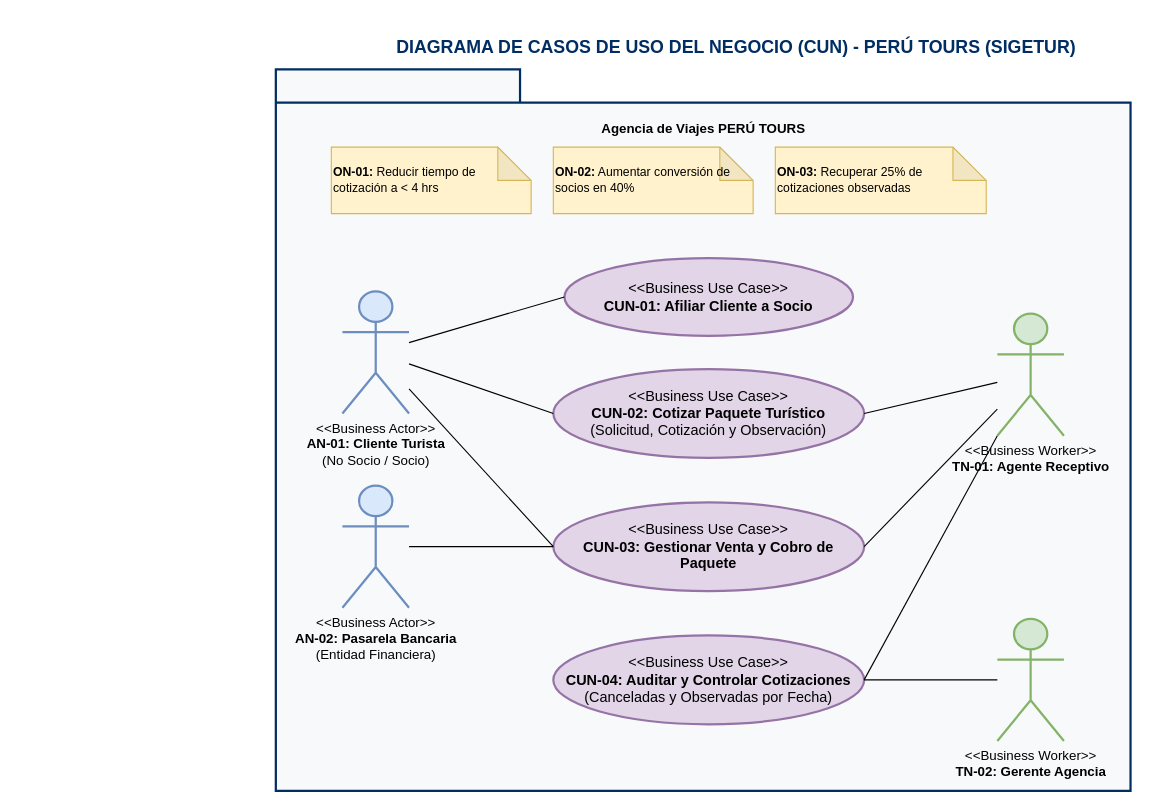
The draw.io diagram page "1. Casos de Uso del Negocio (CUN)" (1 of 2) of diagramas/modelo_negocio.drawio in Marco-H-B/PC1-SIGETUR, before the edit. Source tidied: cells renumbered, new cells numbered last; positions are measured from the earlier drawing's top-left corner, leaving out a move shared by most shapes. Both pictures are drawn from the tidied source at 111%, with x=0, y=0 at pixel (275, 24).
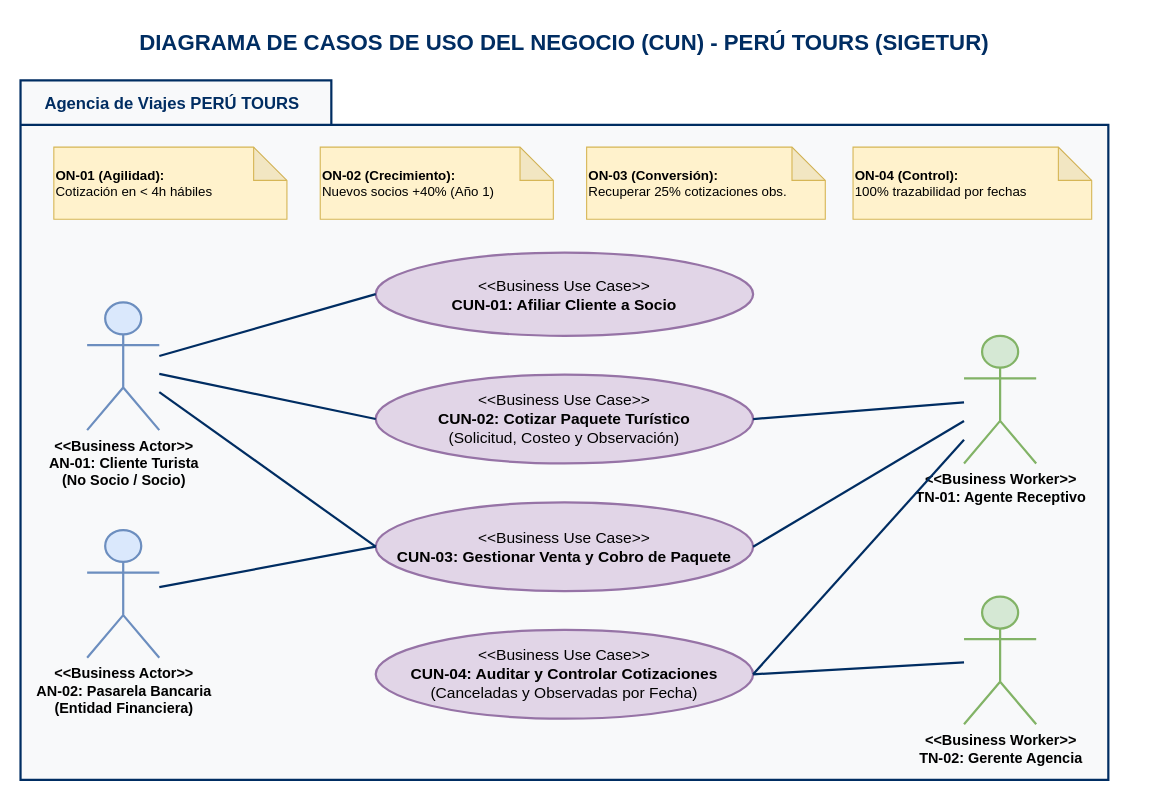
The same page after the edit.

Commit message (it also covers changes not shown here):
FEAT(diagramas): actualizar modelo de negocio en Draw.io con mejoras en CUN y actividades

The edit, as a diff of the source:
```diff
@@
-    <mxCell id="2" value="&lt;b&gt;DIAGRAMA DE CASOS DE USO DEL NEGOCIO (CUN) - PERÚ TOURS (SIGETUR)&lt;/b&gt;" style="text;html=1;strokeColor=none;fillColor=none;align=center;verticalAlign=middle;whiteSpace=wrap;rounded=0;fontSize=16;fontColor=#002D62;" parent="1" vertex="1">
-      <mxGeometry x="90" width="650" height="40" as="geometry" />
+    <mxCell id="2" value="DIAGRAMA DE CASOS DE USO DEL NEGOCIO (CUN) - PERÚ TOURS (SIGETUR)" style="text;html=1;strokeColor=none;fillColor=none;align=center;verticalAlign=middle;whiteSpace=wrap;rounded=0;fontSize=20;fontColor=#002D62;fontStyle=1;" parent="1" vertex="1">
+      <mxGeometry x="-165" y="-5" width="850" height="40" as="geometry" />
     </mxCell>
-    <mxCell id="3" value="Agencia de Viajes PERÚ TOURS" style="shape=folder;fontStyle=1;tabWidth=220;tabHeight=30;tabPosition=left;html=1;boundedLbl=1;fillColor=#f8f9fa;strokeColor=#002D62;strokeWidth=2;align=center;verticalAlign=top;spacingTop=10;" parent="1" vertex="1">
-      <mxGeometry y="40" width="770" height="650" as="geometry" />
+    <mxCell id="3" style="shape=folder;tabWidth=280;tabHeight=40;tabPosition=left;html=1;boundedLbl=1;fillColor=#f8f9fa;strokeColor=#002D62;strokeWidth=2;" parent="1" vertex="1">
+      <mxGeometry x="-230" y="50" width="980" height="630" as="geometry" />
     </mxCell>
+    <mxCell id="23" value="Agencia de Viajes PERÚ TOURS" style="text;html=1;strokeColor=none;fillColor=none;align=left;verticalAlign=middle;fontSize=15;fontStyle=1;fontColor=#002D62;spacingLeft=15;" parent="1" vertex="1">
+      <mxGeometry x="-225" y="52" width="270" height="35" as="geometry" />
+    </mxCell>
-    <mxCell id="4" value="&lt;b&gt;ON-01:&lt;/b&gt; Reducir tiempo de cotización a &amp;lt; 4 hrs" style="shape=note;whiteSpace=wrap;html=1;backgroundOutline=1;darkOpacity=0.05;fillColor=#fff2cc;strokeColor=#d6b656;fontSize=11;align=left;" parent="1" vertex="1">
-      <mxGeometry x="50" y="110" width="180" height="60" as="geometry" />
+    <mxCell id="4" value="&lt;b&gt;ON-01 (Agilidad):&lt;/b&gt;&lt;br&gt;Cotización en &amp;lt; 4h hábiles" style="shape=note;whiteSpace=wrap;html=1;backgroundOutline=1;darkOpacity=0.05;fillColor=#fff2cc;strokeColor=#d6b656;fontSize=12;align=left;" parent="1" vertex="1">
+      <mxGeometry x="-200" y="110" width="210" height="65" as="geometry" />
     </mxCell>
-    <mxCell id="5" value="&lt;b&gt;ON-02:&lt;/b&gt; Aumentar conversión de socios en 40%" style="shape=note;whiteSpace=wrap;html=1;backgroundOutline=1;darkOpacity=0.05;fillColor=#fff2cc;strokeColor=#d6b656;fontSize=11;align=left;" parent="1" vertex="1">
-      <mxGeometry x="250" y="110" width="180" height="60" as="geometry" />
+    <mxCell id="5" value="&lt;b&gt;ON-02 (Crecimiento):&lt;/b&gt;&lt;br&gt;Nuevos socios +40% (Año 1)" style="shape=note;whiteSpace=wrap;html=1;backgroundOutline=1;darkOpacity=0.05;fillColor=#fff2cc;strokeColor=#d6b656;fontSize=12;align=left;" parent="1" vertex="1">
+      <mxGeometry x="40" y="110" width="210" height="65" as="geometry" />
     </mxCell>
-    <mxCell id="6" value="&lt;b&gt;ON-03:&lt;/b&gt; Recuperar 25% de cotizaciones observadas" style="shape=note;whiteSpace=wrap;html=1;backgroundOutline=1;darkOpacity=0.05;fillColor=#fff2cc;strokeColor=#d6b656;fontSize=11;align=left;" parent="1" vertex="1">
-      <mxGeometry x="450" y="110" width="190" height="60" as="geometry" />
+    <mxCell id="6" value="&lt;b&gt;ON-03 (Conversión):&lt;/b&gt;&lt;br&gt;Recuperar 25% cotizaciones obs." style="shape=note;whiteSpace=wrap;html=1;backgroundOutline=1;darkOpacity=0.05;fillColor=#fff2cc;strokeColor=#d6b656;fontSize=12;align=left;" parent="1" vertex="1">
+      <mxGeometry x="280" y="110" width="215" height="65" as="geometry" />
     </mxCell>
+    <mxCell id="24" value="&lt;b&gt;ON-04 (Control):&lt;/b&gt;&lt;br&gt;100% trazabilidad por fechas" style="shape=note;whiteSpace=wrap;html=1;backgroundOutline=1;darkOpacity=0.05;fillColor=#fff2cc;strokeColor=#d6b656;fontSize=12;align=left;" parent="1" vertex="1">
+      <mxGeometry x="520" y="110" width="215" height="65" as="geometry" />
+    </mxCell>
-    <mxCell id="7" value="&amp;lt;&amp;lt;Business Actor&amp;gt;&amp;gt;&lt;br&gt;&lt;b&gt;AN-01: Cliente Turista&lt;/b&gt;&lt;br&gt;(No Socio / Socio)" style="shape=umlActor;verticalLabelPosition=bottom;verticalAlign=top;html=1;outlineConnect=0;fillColor=#dae8fc;strokeColor=#6c8ebf;strokeWidth=2;" parent="1" vertex="1">
-      <mxGeometry x="60" y="240" width="60" height="110" as="geometry" />
+    <mxCell id="7" value="&amp;lt;&amp;lt;Business Actor&amp;gt;&amp;gt;&lt;br&gt;&lt;b&gt;AN-01: Cliente Turista&lt;/b&gt;&lt;br&gt;(No Socio / Socio)" style="shape=umlActor;verticalLabelPosition=bottom;verticalAlign=top;html=1;outlineConnect=0;fillColor=#dae8fc;strokeColor=#6c8ebf;strokeWidth=2;fontSize=13;fontStyle=1;" parent="1" vertex="1">
+      <mxGeometry x="-170" y="250" width="65" height="115" as="geometry" />
     </mxCell>
-    <mxCell id="8" value="&amp;lt;&amp;lt;Business Actor&amp;gt;&amp;gt;&lt;br&gt;&lt;b&gt;AN-02: Pasarela Bancaria&lt;/b&gt;&lt;br&gt;(Entidad Financiera)" style="shape=umlActor;verticalLabelPosition=bottom;verticalAlign=top;html=1;outlineConnect=0;fillColor=#dae8fc;strokeColor=#6c8ebf;strokeWidth=2;" parent="1" vertex="1">
-      <mxGeometry x="60" y="415" width="60" height="110" as="geometry" />
+    <mxCell id="8" value="&amp;lt;&amp;lt;Business Actor&amp;gt;&amp;gt;&lt;br&gt;&lt;b&gt;AN-02: Pasarela Bancaria&lt;/b&gt;&lt;br&gt;(Entidad Financiera)" style="shape=umlActor;verticalLabelPosition=bottom;verticalAlign=top;html=1;outlineConnect=0;fillColor=#dae8fc;strokeColor=#6c8ebf;strokeWidth=2;fontSize=13;fontStyle=1;" parent="1" vertex="1">
+      <mxGeometry x="-170" y="455" width="65" height="115" as="geometry" />
     </mxCell>
-    <mxCell id="9" value="&amp;lt;&amp;lt;Business Worker&amp;gt;&amp;gt;&lt;br&gt;&lt;b&gt;TN-01: Agente Receptivo&lt;/b&gt;" style="shape=umlActor;verticalLabelPosition=bottom;verticalAlign=top;html=1;outlineConnect=0;fillColor=#d5e8d4;strokeColor=#82b366;strokeWidth=2;" parent="1" vertex="1">
-      <mxGeometry x="650" y="260" width="60" height="110" as="geometry" />
-    </mxCell>
-    <mxCell id="10" value="&amp;lt;&amp;lt;Business Worker&amp;gt;&amp;gt;&lt;br&gt;&lt;b&gt;TN-02: Gerente Agencia&lt;/b&gt;" style="shape=umlActor;verticalLabelPosition=bottom;verticalAlign=top;html=1;outlineConnect=0;fillColor=#d5e8d4;strokeColor=#82b366;strokeWidth=2;" parent="1" vertex="1">
-      <mxGeometry x="650" y="535" width="60" height="110" as="geometry" />
-    </mxCell>
-    <mxCell id="11" value="&amp;lt;&amp;lt;Business Use Case&amp;gt;&amp;gt;&lt;br&gt;&lt;b&gt;CUN-01: Afiliar Cliente a Socio&lt;/b&gt;" style="ellipse;whiteSpace=wrap;html=1;fillColor=#e1d5e7;strokeColor=#9673a6;strokeWidth=2;fontStyle=0;fontSize=13;" parent="1" vertex="1">
-      <mxGeometry x="260" y="210" width="260" height="70" as="geometry" />
+    <mxCell id="11" value="&amp;lt;&amp;lt;Business Use Case&amp;gt;&amp;gt;&lt;br&gt;&lt;b&gt;CUN-01: Afiliar Cliente a Socio&lt;/b&gt;" style="ellipse;whiteSpace=wrap;html=1;fillColor=#e1d5e7;strokeColor=#9673a6;strokeWidth=2;fontStyle=0;fontSize=14;" parent="1" vertex="1">
+      <mxGeometry x="90" y="205" width="340" height="75" as="geometry" />
     </mxCell>
-    <mxCell id="12" value="&amp;lt;&amp;lt;Business Use Case&amp;gt;&amp;gt;&lt;br&gt;&lt;b&gt;CUN-02: Cotizar Paquete Turístico&lt;/b&gt;&lt;br&gt;(Solicitud, Cotización y Observación)" style="ellipse;whiteSpace=wrap;html=1;fillColor=#e1d5e7;strokeColor=#9673a6;strokeWidth=2;fontStyle=0;fontSize=13;" parent="1" vertex="1">
-      <mxGeometry x="250" y="310" width="280" height="80" as="geometry" />
+    <mxCell id="12" value="&amp;lt;&amp;lt;Business Use Case&amp;gt;&amp;gt;&lt;br&gt;&lt;b&gt;CUN-02: Cotizar Paquete Turístico&lt;/b&gt;&lt;br&gt;(Solicitud, Costeo y Observación)" style="ellipse;whiteSpace=wrap;html=1;fillColor=#e1d5e7;strokeColor=#9673a6;strokeWidth=2;fontStyle=0;fontSize=14;" parent="1" vertex="1">
+      <mxGeometry x="90" y="315" width="340" height="80" as="geometry" />
     </mxCell>
-    <mxCell id="13" value="&amp;lt;&amp;lt;Business Use Case&amp;gt;&amp;gt;&lt;br&gt;&lt;b&gt;CUN-03: Gestionar Venta y Cobro de Paquete&lt;/b&gt;" style="ellipse;whiteSpace=wrap;html=1;fillColor=#e1d5e7;strokeColor=#9673a6;strokeWidth=2;fontStyle=0;fontSize=13;" parent="1" vertex="1">
-      <mxGeometry x="250" y="430" width="280" height="80" as="geometry" />
+    <mxCell id="13" value="&amp;lt;&amp;lt;Business Use Case&amp;gt;&amp;gt;&lt;br&gt;&lt;b&gt;CUN-03: Gestionar Venta y Cobro de Paquete&lt;/b&gt;" style="ellipse;whiteSpace=wrap;html=1;fillColor=#e1d5e7;strokeColor=#9673a6;strokeWidth=2;fontStyle=0;fontSize=14;" parent="1" vertex="1">
+      <mxGeometry x="90" y="430" width="340" height="80" as="geometry" />
     </mxCell>
-    <mxCell id="14" value="&amp;lt;&amp;lt;Business Use Case&amp;gt;&amp;gt;&lt;br&gt;&lt;b&gt;CUN-04: Auditar y Controlar Cotizaciones&lt;/b&gt;&lt;br&gt;(Canceladas y Observadas por Fecha)" style="ellipse;whiteSpace=wrap;html=1;fillColor=#e1d5e7;strokeColor=#9673a6;strokeWidth=2;fontStyle=0;fontSize=13;" parent="1" vertex="1">
-      <mxGeometry x="250" y="550" width="280" height="80" as="geometry" />
+    <mxCell id="14" value="&amp;lt;&amp;lt;Business Use Case&amp;gt;&amp;gt;&lt;br&gt;&lt;b&gt;CUN-04: Auditar y Controlar Cotizaciones&lt;/b&gt;&lt;br&gt;(Canceladas y Observadas por Fecha)" style="ellipse;whiteSpace=wrap;html=1;fillColor=#e1d5e7;strokeColor=#9673a6;strokeWidth=2;fontStyle=0;fontSize=14;" parent="1" vertex="1">
+      <mxGeometry x="90" y="545" width="340" height="80" as="geometry" />
     </mxCell>
+    <mxCell id="9" value="&amp;lt;&amp;lt;Business Worker&amp;gt;&amp;gt;&lt;br&gt;&lt;b&gt;TN-01: Agente Receptivo&lt;/b&gt;" style="shape=umlActor;verticalLabelPosition=bottom;verticalAlign=top;html=1;outlineConnect=0;fillColor=#d5e8d4;strokeColor=#82b366;strokeWidth=2;fontSize=13;fontStyle=1;" parent="1" vertex="1">
+      <mxGeometry x="620" y="280" width="65" height="115" as="geometry" />
+    </mxCell>
+    <mxCell id="10" value="&amp;lt;&amp;lt;Business Worker&amp;gt;&amp;gt;&lt;br&gt;&lt;b&gt;TN-02: Gerente Agencia&lt;/b&gt;" style="shape=umlActor;verticalLabelPosition=bottom;verticalAlign=top;html=1;outlineConnect=0;fillColor=#d5e8d4;strokeColor=#82b366;strokeWidth=2;fontSize=13;fontStyle=1;" parent="1" vertex="1">
+      <mxGeometry x="620" y="515" width="65" height="115" as="geometry" />
+    </mxCell>
-    <mxCell id="15" style="endArrow=none;html=1;entryX=0;entryY=0.5;entryDx=0;entryDy=0;" parent="1" edge="1" source="7" target="11">
+    <mxCell id="15" style="endArrow=none;html=1;entryX=0;entryY=0.5;entryDx=0;entryDy=0;strokeWidth=2;strokeColor=#002D62;" parent="1" edge="1" source="7" target="11">
       <mxGeometry relative="1" as="geometry" />
     </mxCell>
-    <mxCell id="16" style="endArrow=none;html=1;entryX=0;entryY=0.5;entryDx=0;entryDy=0;" parent="1" edge="1" source="7" target="12">
+    <mxCell id="16" style="endArrow=none;html=1;entryX=0;entryY=0.5;entryDx=0;entryDy=0;strokeWidth=2;strokeColor=#002D62;" parent="1" edge="1" source="7" target="12">
       <mxGeometry relative="1" as="geometry" />
     </mxCell>
-    <mxCell id="17" style="endArrow=none;html=1;entryX=0;entryY=0.5;entryDx=0;entryDy=0;" parent="1" edge="1" source="7" target="13">
+    <mxCell id="17" style="endArrow=none;html=1;entryX=0;entryY=0.5;entryDx=0;entryDy=0;strokeWidth=2;strokeColor=#002D62;" parent="1" edge="1" source="7" target="13">
       <mxGeometry relative="1" as="geometry" />
     </mxCell>
-    <mxCell id="18" style="endArrow=none;html=1;entryX=0;entryY=0.5;entryDx=0;entryDy=0;" parent="1" edge="1" source="8" target="13">
+    <mxCell id="18" style="endArrow=none;html=1;entryX=0;entryY=0.5;entryDx=0;entryDy=0;strokeWidth=2;strokeColor=#002D62;" parent="1" edge="1" source="8" target="13">
       <mxGeometry relative="1" as="geometry" />
     </mxCell>
-    <mxCell id="19" style="endArrow=none;html=1;exitX=1;exitY=0.5;exitDx=0;exitDy=0;" parent="1" edge="1" source="12" target="9">
+    <mxCell id="19" style="endArrow=none;html=1;exitX=1;exitY=0.5;exitDx=0;exitDy=0;strokeWidth=2;strokeColor=#002D62;" parent="1" edge="1" source="12" target="9">
       <mxGeometry relative="1" as="geometry" />
     </mxCell>
-    <mxCell id="20" style="endArrow=none;html=1;exitX=1;exitY=0.5;exitDx=0;exitDy=0;" parent="1" edge="1" source="13" target="9">
+    <mxCell id="20" style="endArrow=none;html=1;exitX=1;exitY=0.5;exitDx=0;exitDy=0;strokeWidth=2;strokeColor=#002D62;" parent="1" edge="1" source="13" target="9">
       <mxGeometry relative="1" as="geometry" />
     </mxCell>
-    <mxCell id="21" style="endArrow=none;html=1;exitX=1;exitY=0.5;exitDx=0;exitDy=0;" parent="1" edge="1" source="14" target="9">
+    <mxCell id="21" style="endArrow=none;html=1;exitX=1;exitY=0.5;exitDx=0;exitDy=0;strokeWidth=2;strokeColor=#002D62;" parent="1" edge="1" source="14" target="9">
       <mxGeometry relative="1" as="geometry" />
     </mxCell>
-    <mxCell id="22" style="endArrow=none;html=1;exitX=1;exitY=0.5;exitDx=0;exitDy=0;" parent="1" edge="1" source="14" target="10">
+    <mxCell id="22" style="endArrow=none;html=1;exitX=1;exitY=0.5;exitDx=0;exitDy=0;strokeWidth=2;strokeColor=#002D62;" parent="1" edge="1" source="14" target="10">
       <mxGeometry relative="1" as="geometry" />
     </mxCell>
```
